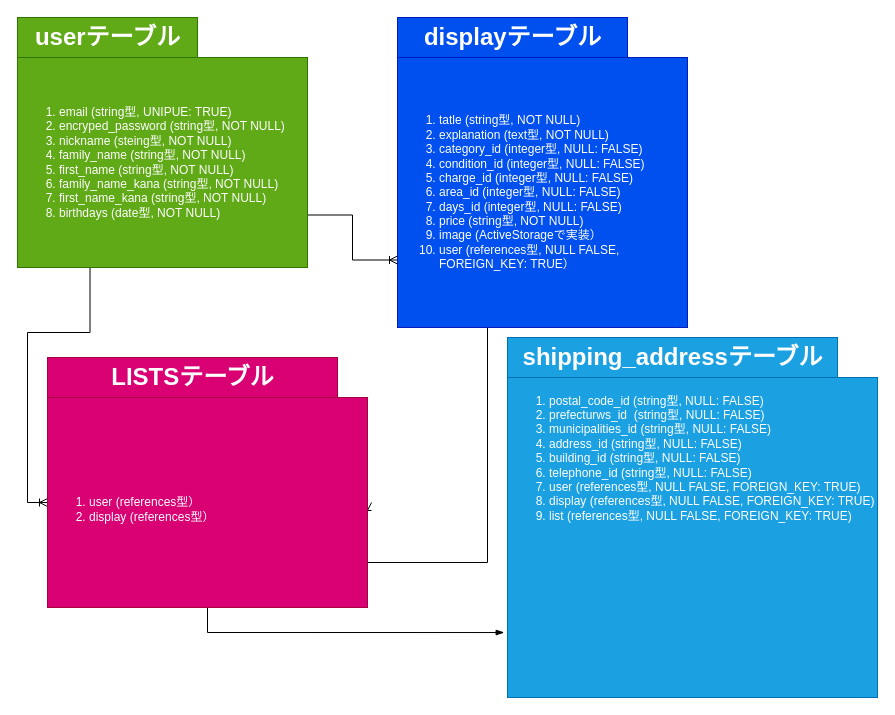
Earlier version of the draw.io diagram er.dio (kitamatus-jumpei/furima-36165). Source tidied: cells renumbered, new cells numbered last; positions are measured from the earlier drawing's top-left corner, leaving out a move shared by most shapes. Both pictures are drawn from the tidied source at 100%, with x=0, y=0 at pixel (17, 17).
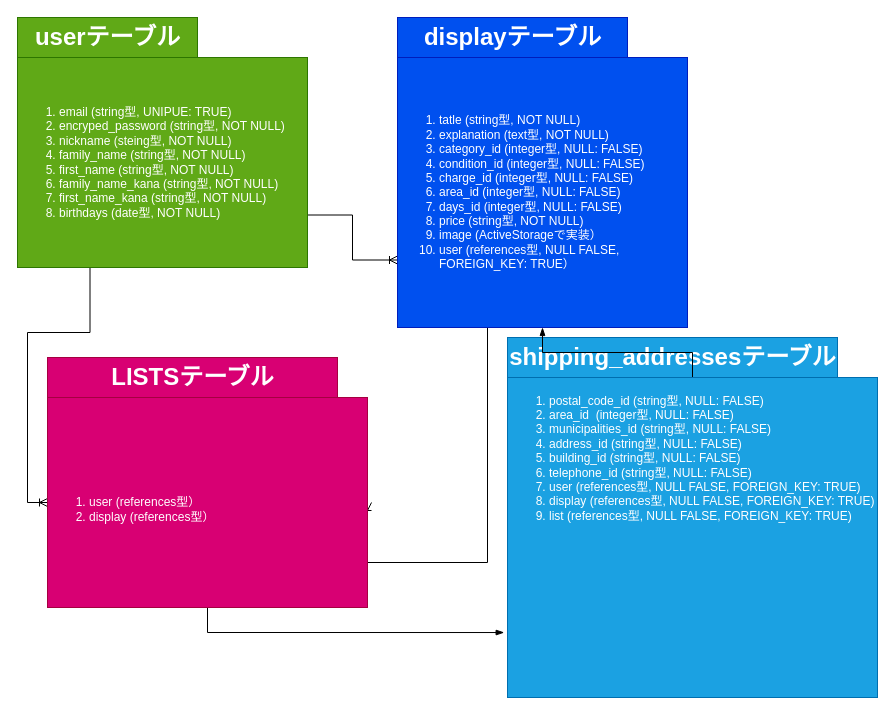
After the change.

Commit message (it also covers changes not shown here):
データベース設計６

What changed in the source:
```diff
@@
 <mxGraphModel>
   <root>
     <mxCell id="0" />
     <mxCell id="1" parent="0" />
     <mxCell id="2" style="edgeStyle=orthogonalEdgeStyle;rounded=0;jettySize=auto;html=1;exitX=1;exitY=0.75;exitDx=0;exitDy=0;entryX=0;entryY=0.75;entryDx=0;entryDy=0;endArrow=ERoneToMany;endFill=0;" parent="1" edge="1" source="4" target="8">
       <mxGeometry relative="1" as="geometry" />
     </mxCell>
     <mxCell id="3" style="edgeStyle=orthogonalEdgeStyle;rounded=0;jettySize=auto;html=1;exitX=0.25;exitY=1;exitDx=0;exitDy=0;entryX=0;entryY=0.5;entryDx=0;entryDy=0;endArrow=ERoneToMany;endFill=0;" parent="1" edge="1" source="4" target="11">
       <mxGeometry relative="1" as="geometry" />
     </mxCell>
     <mxCell id="4" value="&lt;ol&gt;&lt;li&gt;email (string型, UNIPUE: TRUE)&lt;/li&gt;&lt;li&gt;encryped_password (string型, NOT NULL)&lt;/li&gt;&lt;li&gt;nickname (steing型, NOT NULL)&lt;/li&gt;&lt;li&gt;family_name (string型, NOT NULL)&lt;/li&gt;&lt;li&gt;first_name (string型, NOT NULL)&lt;/li&gt;&lt;li&gt;family_name_kana (string型, NOT NULL)&lt;/li&gt;&lt;li&gt;first_name_kana (string型, NOT NULL)&lt;br&gt;&lt;/li&gt;&lt;li&gt;birthdays (date型, NOT NULL)&lt;/li&gt;&lt;/ol&gt;" style="text;strokeColor=#2D7600;fillColor=#60a917;html=1;whiteSpace=wrap;verticalAlign=middle;overflow=hidden;fontColor=#ffffff;" parent="1" vertex="1">
       <mxGeometry y="40" width="290" height="210" as="geometry" />
     </mxCell>
     <mxCell id="5" value="userテーブル" style="text;strokeColor=#2D7600;fillColor=#60a917;html=1;fontSize=24;fontStyle=1;verticalAlign=middle;align=center;fontColor=#ffffff;" parent="1" vertex="1">
       <mxGeometry width="180" height="40" as="geometry" />
     </mxCell>
     <mxCell id="6" value="displayテーブル" style="text;strokeColor=#001DBC;fillColor=#0050ef;html=1;fontSize=24;fontStyle=1;verticalAlign=middle;align=center;fontColor=#ffffff;" parent="1" vertex="1">
       <mxGeometry x="380" width="230" height="40" as="geometry" />
     </mxCell>
     <mxCell id="7" style="edgeStyle=orthogonalEdgeStyle;rounded=0;jettySize=auto;html=1;exitX=0.75;exitY=1;exitDx=0;exitDy=0;entryX=1;entryY=0.5;entryDx=0;entryDy=0;endArrow=ERoneToMany;endFill=0;" parent="1" edge="1" source="8" target="11">
       <mxGeometry relative="1" as="geometry">
         <Array as="points">
           <mxPoint x="470" y="310" />
           <mxPoint x="470" y="545" />
         </Array>
       </mxGeometry>
     </mxCell>
     <mxCell id="8" value="&lt;ol&gt;&lt;li&gt;tatle (string型, NOT NULL)&lt;/li&gt;&lt;li&gt;explanation (text型, NOT NULL)&lt;/li&gt;&lt;li&gt;category_id (integer型, NULL: FALSE)&lt;/li&gt;&lt;li&gt;condition_id (integer型, NULL: FALSE)&lt;/li&gt;&lt;li&gt;charge_id (integer型, NULL: FALSE)&lt;/li&gt;&lt;li&gt;area_id (integer型, NULL: FALSE)&lt;/li&gt;&lt;li&gt;days_id (integer型, NULL: FALSE)&lt;/li&gt;&lt;li&gt;price (string型, NOT NULL)&lt;/li&gt;&lt;li&gt;image (ActiveStorageで実装）&lt;/li&gt;&lt;li&gt;user (references型, NULL FALSE, FOREIGN_KEY: TRUE）&lt;/li&gt;&lt;/ol&gt;" style="text;strokeColor=#001DBC;fillColor=#0050ef;html=1;whiteSpace=wrap;verticalAlign=middle;overflow=hidden;fontColor=#ffffff;" parent="1" vertex="1">
       <mxGeometry x="380" y="40" width="290" height="270" as="geometry" />
     </mxCell>
     <mxCell id="9" value="LISTSテーブル" style="text;strokeColor=#A50040;fillColor=#d80073;html=1;fontSize=24;fontStyle=1;verticalAlign=middle;align=center;fontColor=#ffffff;" parent="1" vertex="1">
       <mxGeometry x="30" y="340" width="290" height="40" as="geometry" />
     </mxCell>
     <mxCell id="10" style="edgeStyle=orthogonalEdgeStyle;rounded=0;jettySize=auto;html=1;exitX=0.5;exitY=1;exitDx=0;exitDy=0;entryX=-0.009;entryY=0.797;entryDx=0;entryDy=0;entryPerimeter=0;endArrow=blockThin;endFill=1;" parent="1" edge="1" source="11" target="13">
       <mxGeometry relative="1" as="geometry" />
     </mxCell>
     <mxCell id="11" value="&lt;div&gt;&lt;br&gt;&lt;/div&gt;&lt;ol&gt;&lt;li&gt;user (references型）&lt;/li&gt;&lt;li&gt;display (references型）&lt;/li&gt;&lt;/ol&gt;" style="text;strokeColor=#A50040;fillColor=#d80073;html=1;whiteSpace=wrap;verticalAlign=middle;overflow=hidden;fontColor=#ffffff;" parent="1" vertex="1">
       <mxGeometry x="30" y="380" width="320" height="210" as="geometry" />
     </mxCell>
-    <mxCell id="12" value="shipping_addressテーブル" style="text;strokeColor=#006EAF;fillColor=#1ba1e2;html=1;fontSize=24;fontStyle=1;verticalAlign=middle;align=center;fontColor=#ffffff;" parent="1" vertex="1">
+    <mxCell id="12" value="shipping_addressesテーブル" style="text;strokeColor=#006EAF;fillColor=#1ba1e2;html=1;fontSize=24;fontStyle=1;verticalAlign=middle;align=center;fontColor=#ffffff;" parent="1" vertex="1">
       <mxGeometry x="490" y="320" width="330" height="40" as="geometry" />
     </mxCell>
+    <mxCell id="14" style="edgeStyle=orthogonalEdgeStyle;rounded=0;jettySize=auto;html=1;endArrow=blockThin;endFill=1;" parent="1" edge="1" source="13" target="8">
+      <mxGeometry relative="1" as="geometry" />
+    </mxCell>
-    <mxCell id="13" value="&lt;ol&gt;&lt;li&gt;&lt;span&gt;postal_code_id (string型, NULL: FALSE)&lt;/span&gt;&lt;br&gt;&lt;/li&gt;&lt;li&gt;prefecturws_id&amp;nbsp; (string型, NULL: FALSE)&lt;/li&gt;&lt;li&gt;municipalities_id (string型, NULL: FALSE)&lt;/li&gt;&lt;li&gt;address_id (string型, NULL: FALSE)&lt;/li&gt;&lt;li&gt;building_id (string型, NULL: FALSE)&lt;/li&gt;&lt;li&gt;telephone_id (string型, NULL: FALSE)&lt;/li&gt;&lt;li&gt;user (references型, NULL FALSE, FOREIGN_KEY: TRUE)&lt;/li&gt;&lt;li&gt;display (references型, NULL FALSE, FOREIGN_KEY: TRUE)&lt;/li&gt;&lt;li&gt;list (references型, NULL FALSE, FOREIGN_KEY: TRUE)&lt;/li&gt;&lt;/ol&gt;&lt;div&gt;&lt;br&gt;&lt;/div&gt;&lt;div&gt;&lt;br&gt;&lt;/div&gt;&lt;div&gt;&lt;br&gt;&lt;/div&gt;&lt;div&gt;&lt;br&gt;&lt;/div&gt;&lt;div&gt;&lt;br&gt;&lt;/div&gt;&lt;div&gt;&lt;br&gt;&lt;/div&gt;&lt;div&gt;&lt;br&gt;&lt;/div&gt;&lt;div&gt;&lt;br&gt;&lt;/div&gt;&lt;div&gt;&lt;br&gt;&lt;/div&gt;&lt;div&gt;&lt;br&gt;&lt;/div&gt;&lt;div&gt;&lt;br&gt;&lt;/div&gt;" style="text;strokeColor=#006EAF;fillColor=#1ba1e2;html=1;whiteSpace=wrap;verticalAlign=middle;overflow=hidden;fontColor=#ffffff;" parent="1" vertex="1">
+    <mxCell id="13" value="&lt;ol&gt;&lt;li&gt;&lt;span&gt;postal_code_id (string型, NULL: FALSE)&lt;/span&gt;&lt;br&gt;&lt;/li&gt;&lt;li&gt;area_id&amp;nbsp; (integer型, NULL: FALSE)&lt;/li&gt;&lt;li&gt;municipalities_id (string型, NULL: FALSE)&lt;/li&gt;&lt;li&gt;address_id (string型, NULL: FALSE)&lt;/li&gt;&lt;li&gt;building_id (string型, NULL: FALSE)&lt;/li&gt;&lt;li&gt;telephone_id (string型, NULL: FALSE)&lt;/li&gt;&lt;li&gt;user (references型, NULL FALSE, FOREIGN_KEY: TRUE)&lt;/li&gt;&lt;li&gt;display (references型, NULL FALSE, FOREIGN_KEY: TRUE)&lt;/li&gt;&lt;li&gt;list (references型, NULL FALSE, FOREIGN_KEY: TRUE)&lt;/li&gt;&lt;/ol&gt;&lt;div&gt;&lt;br&gt;&lt;/div&gt;&lt;div&gt;&lt;br&gt;&lt;/div&gt;&lt;div&gt;&lt;br&gt;&lt;/div&gt;&lt;div&gt;&lt;br&gt;&lt;/div&gt;&lt;div&gt;&lt;br&gt;&lt;/div&gt;&lt;div&gt;&lt;br&gt;&lt;/div&gt;&lt;div&gt;&lt;br&gt;&lt;/div&gt;&lt;div&gt;&lt;br&gt;&lt;/div&gt;&lt;div&gt;&lt;br&gt;&lt;/div&gt;&lt;div&gt;&lt;br&gt;&lt;/div&gt;&lt;div&gt;&lt;br&gt;&lt;/div&gt;" style="text;strokeColor=#006EAF;fillColor=#1ba1e2;html=1;whiteSpace=wrap;verticalAlign=middle;overflow=hidden;fontColor=#ffffff;" parent="1" vertex="1">
       <mxGeometry x="490" y="360" width="370" height="320" as="geometry" />
     </mxCell>
   </root>
 </mxGraphModel>
```
